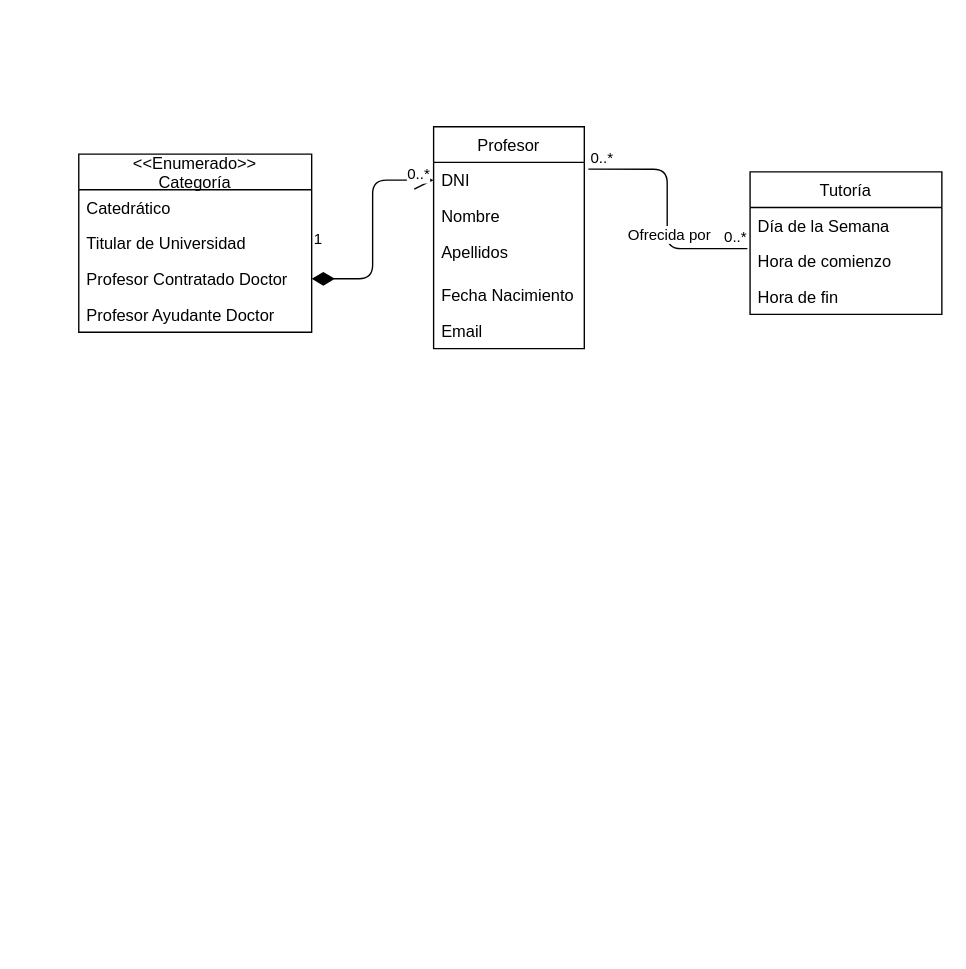
Earlier version of the draw.io diagram entregable1IISSI.drawio (juanlo017/GUZZY). Source tidied: cells renumbered, new cells numbered last; positions are measured from the earlier drawing's top-left corner, leaving out a move shared by most shapes. Both pictures are drawn from the tidied source at 137%, with x=0, y=0 at pixel (78, 126).
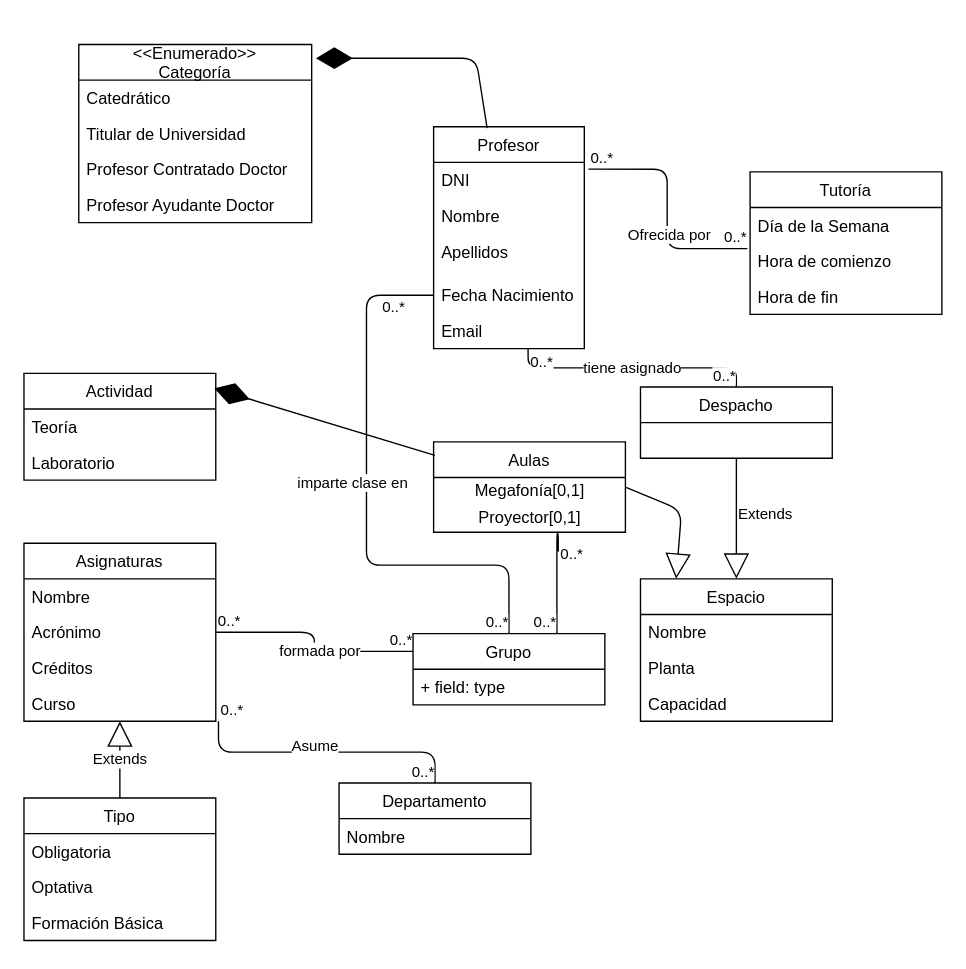
After the change.

Unchanged cells that the change refers to:
```xml
<mxCell id="2" value="Profesor" style="swimlane;fontStyle=0;horizontal=1;startSize=26;fillColor=none;" parent="1" vertex="1">
  <mxGeometry x="259" width="110" height="162" as="geometry" />
</mxCell>
<mxCell id="3" value="DNI" style="text;strokeColor=none;fillColor=none;align=left;verticalAlign=top;spacingLeft=4;spacingRight=4;overflow=hidden;points=[[0,0.5],[1,0.5]];portConstraint=eastwest;" parent="2" vertex="1">
  <mxGeometry y="26" width="110" height="26" as="geometry" />
</mxCell>
<mxCell id="6" value="Fecha Nacimiento" style="text;strokeColor=none;fillColor=none;align=left;verticalAlign=top;spacingLeft=4;spacingRight=4;overflow=hidden;points=[[0,0.5],[1,0.5]];portConstraint=eastwest;" parent="2" vertex="1">
  <mxGeometry y="110" width="110" height="26" as="geometry" />
</mxCell>
<mxCell id="7" value="Email&#10;" style="text;strokeColor=none;fillColor=none;align=left;verticalAlign=top;spacingLeft=4;spacingRight=4;overflow=hidden;points=[[0,0.5],[1,0.5]];portConstraint=eastwest;" parent="2" vertex="1">
  <mxGeometry y="136" width="110" height="26" as="geometry" />
</mxCell>
```

The edit, as a diff of the source:
```diff
@@
-    <mxCell id="8" value="&lt;&lt;Enumerado&gt;&gt;&#10;Categoría" style="swimlane;fontStyle=0;horizontal=1;startSize=26;fillColor=none;" parent="1" vertex="1">
-      <mxGeometry y="20" width="170" height="130" as="geometry" />
-    </mxCell>
-    <mxCell id="9" value="Catedrático" style="text;strokeColor=none;fillColor=none;align=left;verticalAlign=top;spacingLeft=4;spacingRight=4;overflow=hidden;" parent="8" vertex="1">
-      <mxGeometry y="26" width="170" height="26" as="geometry" />
-    </mxCell>
-    <mxCell id="10" value="Titular de Universidad&#10;" style="text;strokeColor=none;fillColor=none;align=left;verticalAlign=top;spacingLeft=4;spacingRight=4;overflow=hidden;" parent="8" vertex="1">
-      <mxGeometry y="52" width="170" height="26" as="geometry" />
-    </mxCell>
-    <mxCell id="11" value="Profesor Contratado Doctor" style="text;strokeColor=none;fillColor=none;align=left;verticalAlign=top;spacingLeft=4;spacingRight=4;overflow=hidden;points=[[0,0.5],[1,0.5]];portConstraint=eastwest;" parent="8" vertex="1">
-      <mxGeometry y="78" width="170" height="26" as="geometry" />
-    </mxCell>
-    <mxCell id="12" value="Profesor Ayudante Doctor" style="text;strokeColor=none;fillColor=none;align=left;verticalAlign=top;spacingLeft=4;spacingRight=4;overflow=hidden;" parent="8" vertex="1">
-      <mxGeometry y="104" width="170" height="26" as="geometry" />
-    </mxCell>
-    <mxCell id="13" value="1" style="endArrow=open;html=1;endSize=12;startArrow=diamondThin;startSize=14;startFill=1;edgeStyle=orthogonalEdgeStyle;align=left;verticalAlign=bottom;exitX=1;exitY=0.5;exitDx=0;exitDy=0;entryX=0;entryY=0.5;entryDx=0;entryDy=0;" parent="1" edge="1" source="11" target="3">
-      <mxGeometry x="-1" y="20" relative="1" as="geometry" />
-    </mxCell>
-    <mxCell id="14" value="0..*" style="edgeLabel;html=1;align=center;verticalAlign=middle;" parent="13" vertex="1">
-      <mxGeometry x="0.85" y="5" relative="1" as="geometry" />
-    </mxCell>
@@
+    <mxCell id="23" value="Extends" style="endArrow=block;endSize=16;endFill=0;html=1;exitX=0.5;exitY=1;exitDx=0;exitDy=0;entryX=0.5;entryY=0;entryDx=0;entryDy=0;" parent="1" edge="1" source="33" target="34">
+      <mxGeometry x="0.17" y="23" relative="1" as="geometry">
+        <Array as="points">
+          <mxPoint x="480" y="280" />
+        </Array>
+        <mxPoint x="-2" y="-10" as="offset" />
+      </mxGeometry>
+    </mxCell>
+    <mxCell id="24" value="&lt;span style=&quot;font-family: &amp;#34;helvetica&amp;#34; ; text-align: left&quot;&gt;tiene asignado&lt;br&gt;&lt;/span&gt;" style="endArrow=none;html=1;edgeStyle=orthogonalEdgeStyle;entryX=0.5;entryY=0;entryDx=0;entryDy=0;exitX=0.627;exitY=1;exitDx=0;exitDy=0;exitPerimeter=0;" parent="1" edge="1" source="7" target="33">
+      <mxGeometry relative="1" as="geometry" />
+    </mxCell>
+    <mxCell id="25" value="0..*" style="edgeLabel;html=1;align=left;verticalAlign=bottom;" parent="24" vertex="1">
+      <mxGeometry x="-1" relative="1" as="geometry">
+        <mxPoint y="18" as="offset" />
+      </mxGeometry>
+    </mxCell>
+    <mxCell id="26" value="0..*" style="edgeLabel;html=1;align=right;verticalAlign=bottom;" parent="24" vertex="1">
+      <mxGeometry x="1" relative="1" as="geometry" />
+    </mxCell>
+    <mxCell id="27" value="Extends" style="endArrow=block;endSize=16;endFill=0;html=1;entryX=0.5;entryY=1;entryDx=0;entryDy=0;entryPerimeter=0;exitX=0.5;exitY=0;exitDx=0;exitDy=0;" parent="1" edge="1" source="46" target="45">
+      <mxGeometry relative="1" as="geometry" />
+    </mxCell>
+    <mxCell id="28" style="endArrow=block;endSize=16;endFill=0;html=1;exitX=1;exitY=0.5;exitDx=0;exitDy=0;entryX=0.186;entryY=0;entryDx=0;entryDy=0;entryPerimeter=0;" parent="1" edge="1" source="38" target="34">
+      <mxGeometry x="0.21" y="-31" relative="1" as="geometry">
+        <Array as="points">
+          <mxPoint x="440" y="280" />
+        </Array>
+      </mxGeometry>
+    </mxCell>
+    <mxCell id="29" value="Actividad" style="swimlane;fontStyle=0;horizontal=1;startSize=26;fillColor=none;" parent="1" vertex="1">
+      <mxGeometry x="-40" y="180" width="140" height="78" as="geometry" />
+    </mxCell>
+    <mxCell id="30" value="Teoría" style="text;strokeColor=none;fillColor=none;align=left;verticalAlign=top;spacingLeft=4;spacingRight=4;overflow=hidden;" parent="29" vertex="1">
+      <mxGeometry y="26" width="140" height="26" as="geometry" />
+    </mxCell>
+    <mxCell id="31" value="Laboratorio" style="text;strokeColor=none;fillColor=none;align=left;verticalAlign=top;spacingLeft=4;spacingRight=4;overflow=hidden;" parent="29" vertex="1">
+      <mxGeometry y="52" width="140" height="26" as="geometry" />
+    </mxCell>
+    <mxCell id="32" style="endArrow=diamondThin;endFill=1;endSize=24;html=1;entryX=0.993;entryY=0.141;entryDx=0;entryDy=0;entryPerimeter=0;exitX=0.007;exitY=0.15;exitDx=0;exitDy=0;exitPerimeter=0;" parent="1" edge="1" source="38" target="29">
+      <mxGeometry relative="1" as="geometry" />
+    </mxCell>
+    <mxCell id="33" value="Despacho" style="swimlane;fontStyle=0;horizontal=1;startSize=26;fillColor=none;" parent="1" vertex="1">
+      <mxGeometry x="410" y="190" width="140" height="52" as="geometry" />
+    </mxCell>
+    <mxCell id="34" value="Espacio" style="swimlane;fontStyle=0;horizontal=1;startSize=26;fillColor=none;" parent="1" vertex="1">
+      <mxGeometry x="410" y="330" width="140" height="104" as="geometry" />
+    </mxCell>
+    <mxCell id="35" value="Nombre" style="text;strokeColor=none;fillColor=none;align=left;verticalAlign=top;spacingLeft=4;spacingRight=4;overflow=hidden;" parent="34" vertex="1">
+      <mxGeometry y="26" width="140" height="26" as="geometry" />
+    </mxCell>
+    <mxCell id="36" value="Planta" style="text;strokeColor=none;fillColor=none;align=left;verticalAlign=top;spacingLeft=4;spacingRight=4;overflow=hidden;" parent="34" vertex="1">
+      <mxGeometry y="52" width="140" height="26" as="geometry" />
+    </mxCell>
+    <mxCell id="37" value="Capacidad&#10;" style="text;strokeColor=none;fillColor=none;align=left;verticalAlign=top;spacingLeft=4;spacingRight=4;overflow=hidden;" parent="34" vertex="1">
+      <mxGeometry y="78" width="140" height="26" as="geometry" />
+    </mxCell>
+    <mxCell id="38" value="Aulas" style="swimlane;fontStyle=0;horizontal=1;startSize=26;fillColor=none;" parent="1" vertex="1">
+      <mxGeometry x="259" y="230" width="140" height="66" as="geometry" />
+    </mxCell>
+    <mxCell id="39" value="Megafonía[0,1]" style="text;html=1;align=center;verticalAlign=middle;" parent="38" vertex="1">
+      <mxGeometry y="26" width="140" height="20" as="geometry" />
+    </mxCell>
+    <mxCell id="40" value="Proyector[0,1]" style="text;html=1;align=center;verticalAlign=middle;" parent="38" vertex="1">
+      <mxGeometry y="46" width="140" height="20" as="geometry" />
+    </mxCell>
+    <mxCell id="41" value="Asignaturas" style="swimlane;fontStyle=0;horizontal=1;startSize=26;fillColor=none;" parent="1" vertex="1">
+      <mxGeometry x="-40" y="304" width="140" height="130" as="geometry" />
+    </mxCell>
+    <mxCell id="42" value="Nombre&#10;" style="text;strokeColor=none;fillColor=none;align=left;verticalAlign=top;spacingLeft=4;spacingRight=4;overflow=hidden;" parent="41" vertex="1">
+      <mxGeometry y="26" width="140" height="26" as="geometry" />
+    </mxCell>
+    <mxCell id="43" value="Acrónimo" style="text;strokeColor=none;fillColor=none;align=left;verticalAlign=top;spacingLeft=4;spacingRight=4;overflow=hidden;points=[[0,0.5],[1,0.5]];portConstraint=eastwest;" parent="41" vertex="1">
+      <mxGeometry y="52" width="140" height="26" as="geometry" />
+    </mxCell>
+    <mxCell id="44" value="Créditos" style="text;strokeColor=none;fillColor=none;align=left;verticalAlign=top;spacingLeft=4;spacingRight=4;overflow=hidden;" parent="41" vertex="1">
+      <mxGeometry y="78" width="140" height="26" as="geometry" />
+    </mxCell>
+    <mxCell id="45" value="Curso" style="text;strokeColor=none;fillColor=none;align=left;verticalAlign=top;spacingLeft=4;spacingRight=4;overflow=hidden;points=[[0,0.5],[1,0.5]];portConstraint=eastwest;" parent="41" vertex="1">
+      <mxGeometry y="104" width="140" height="26" as="geometry" />
+    </mxCell>
+    <mxCell id="46" value="Tipo" style="swimlane;fontStyle=0;horizontal=1;startSize=26;fillColor=none;" parent="1" vertex="1">
+      <mxGeometry x="-40" y="490" width="140" height="104" as="geometry" />
+    </mxCell>
+    <mxCell id="47" value="Obligatoria" style="text;strokeColor=none;fillColor=none;align=left;verticalAlign=top;spacingLeft=4;spacingRight=4;overflow=hidden;" parent="46" vertex="1">
+      <mxGeometry y="26" width="140" height="26" as="geometry" />
+    </mxCell>
+    <mxCell id="48" value="Optativa" style="text;strokeColor=none;fillColor=none;align=left;verticalAlign=top;spacingLeft=4;spacingRight=4;overflow=hidden;" parent="46" vertex="1">
+      <mxGeometry y="52" width="140" height="26" as="geometry" />
+    </mxCell>
+    <mxCell id="49" value="Formación Básica&#10;" style="text;strokeColor=none;fillColor=none;align=left;verticalAlign=top;spacingLeft=4;spacingRight=4;overflow=hidden;" parent="46" vertex="1">
+      <mxGeometry y="78" width="140" height="26" as="geometry" />
+    </mxCell>
+    <mxCell id="50" value="&lt;div style=&quot;text-align: left&quot;&gt;&lt;span style=&quot;font-family: &amp;#34;helvetica&amp;#34;&quot;&gt;formada por&lt;/span&gt;&lt;br&gt;&lt;/div&gt;" style="endArrow=none;html=1;edgeStyle=orthogonalEdgeStyle;entryX=0;entryY=0.25;entryDx=0;entryDy=0;exitX=1;exitY=0.5;exitDx=0;exitDy=0;" parent="1" edge="1" source="43" target="61">
+      <mxGeometry x="0.14" relative="1" as="geometry" />
+    </mxCell>
+    <mxCell id="51" value="0..*" style="edgeLabel;html=1;align=left;verticalAlign=bottom;" parent="50" vertex="1">
+      <mxGeometry x="-1" relative="1" as="geometry" />
+    </mxCell>
+    <mxCell id="52" value="0..*" style="edgeLabel;html=1;align=right;verticalAlign=bottom;" parent="50" vertex="1">
+      <mxGeometry x="1" relative="1" as="geometry" />
+    </mxCell>
+    <mxCell id="53" style="endArrow=none;html=1;edgeStyle=orthogonalEdgeStyle;exitX=0;exitY=0.5;exitDx=0;exitDy=0;entryX=0.5;entryY=0;entryDx=0;entryDy=0;" parent="1" edge="1" source="6" target="61">
+      <mxGeometry relative="1" as="geometry">
+        <Array as="points">
+          <mxPoint x="210" y="123" />
+          <mxPoint x="210" y="320" />
+          <mxPoint x="314" y="320" />
+        </Array>
+      </mxGeometry>
+    </mxCell>
+    <mxCell id="54" value="0..*" style="edgeLabel;html=1;align=left;verticalAlign=bottom;" parent="53" vertex="1">
+      <mxGeometry x="-1" relative="1" as="geometry">
+        <mxPoint x="-39" y="17" as="offset" />
+      </mxGeometry>
+    </mxCell>
+    <mxCell id="55" value="0..*" style="edgeLabel;html=1;align=right;verticalAlign=bottom;" parent="53" vertex="1">
+      <mxGeometry x="1" relative="1" as="geometry" />
+    </mxCell>
+    <mxCell id="56" value="imparte clase en" style="edgeLabel;html=1;align=left;verticalAlign=bottom;" parent="1" vertex="1">
+      <mxGeometry x="190" y="263" as="geometry">
+        <mxPoint x="-32" y="5" as="offset" />
+      </mxGeometry>
+    </mxCell>
+    <mxCell id="8" value="&lt;&lt;Enumerado&gt;&gt;&#10;Categoría" style="swimlane;fontStyle=0;horizontal=1;startSize=26;fillColor=none;" parent="1" vertex="1">
+      <mxGeometry y="-60" width="170" height="130" as="geometry" />
+    </mxCell>
+    <mxCell id="9" value="Catedrático" style="text;strokeColor=none;fillColor=none;align=left;verticalAlign=top;spacingLeft=4;spacingRight=4;overflow=hidden;" parent="8" vertex="1">
+      <mxGeometry y="26" width="170" height="26" as="geometry" />
+    </mxCell>
+    <mxCell id="10" value="Titular de Universidad&#10;" style="text;strokeColor=none;fillColor=none;align=left;verticalAlign=top;spacingLeft=4;spacingRight=4;overflow=hidden;" parent="8" vertex="1">
+      <mxGeometry y="52" width="170" height="26" as="geometry" />
+    </mxCell>
+    <mxCell id="11" value="Profesor Contratado Doctor" style="text;strokeColor=none;fillColor=none;align=left;verticalAlign=top;spacingLeft=4;spacingRight=4;overflow=hidden;points=[[0,0.5],[1,0.5]];portConstraint=eastwest;" parent="8" vertex="1">
+      <mxGeometry y="78" width="170" height="26" as="geometry" />
+    </mxCell>
+    <mxCell id="12" value="Profesor Ayudante Doctor" style="text;strokeColor=none;fillColor=none;align=left;verticalAlign=top;spacingLeft=4;spacingRight=4;overflow=hidden;" parent="8" vertex="1">
+      <mxGeometry y="104" width="170" height="26" as="geometry" />
+    </mxCell>
+    <mxCell id="57" style="endArrow=diamondThin;endFill=1;endSize=24;html=1;entryX=1.018;entryY=0.077;entryDx=0;entryDy=0;entryPerimeter=0;exitX=0.355;exitY=0.006;exitDx=0;exitDy=0;exitPerimeter=0;" parent="1" edge="1" source="2" target="8">
+      <mxGeometry relative="1" as="geometry">
+        <Array as="points">
+          <mxPoint x="290" y="-50" />
+        </Array>
+      </mxGeometry>
+    </mxCell>
+    <mxCell id="58" style="endArrow=none;html=1;edgeStyle=orthogonalEdgeStyle;entryX=0.75;entryY=0;entryDx=0;entryDy=0;" parent="1" edge="1" target="61">
+      <mxGeometry relative="1" as="geometry">
+        <mxPoint x="350" y="310" as="sourcePoint" />
+        <Array as="points">
+          <mxPoint x="350" y="296" />
+        </Array>
+      </mxGeometry>
+    </mxCell>
+    <mxCell id="59" value="0..*" style="edgeLabel;html=1;align=left;verticalAlign=bottom;" parent="58" vertex="1">
+      <mxGeometry x="-1" relative="1" as="geometry">
+        <mxPoint y="10" as="offset" />
+      </mxGeometry>
+    </mxCell>
+    <mxCell id="60" value="0..*" style="edgeLabel;html=1;align=right;verticalAlign=bottom;" parent="58" vertex="1">
+      <mxGeometry x="1" relative="1" as="geometry" />
+    </mxCell>
+    <mxCell id="61" value="Grupo" style="swimlane;fontStyle=0;horizontal=1;startSize=26;fillColor=none;" parent="1" vertex="1">
+      <mxGeometry x="244" y="370" width="140" height="52" as="geometry" />
+    </mxCell>
+    <mxCell id="62" value="+ field: type" style="text;strokeColor=none;fillColor=none;align=left;verticalAlign=top;spacingLeft=4;spacingRight=4;overflow=hidden;" parent="61" vertex="1">
+      <mxGeometry y="26" width="140" height="26" as="geometry" />
+    </mxCell>
+    <mxCell id="63" value="Departamento" style="swimlane;fontStyle=0;horizontal=1;startSize=26;fillColor=none;" parent="1" vertex="1">
+      <mxGeometry x="190" y="479" width="140" height="52" as="geometry" />
+    </mxCell>
+    <mxCell id="64" value="Nombre" style="text;strokeColor=none;fillColor=none;align=left;verticalAlign=top;spacingLeft=4;spacingRight=4;overflow=hidden;" parent="63" vertex="1">
+      <mxGeometry y="26" width="140" height="26" as="geometry" />
+    </mxCell>
+    <mxCell id="65" style="endArrow=none;html=1;edgeStyle=orthogonalEdgeStyle;entryX=0.5;entryY=0;entryDx=0;entryDy=0;exitX=1.014;exitY=1;exitDx=0;exitDy=0;exitPerimeter=0;" parent="1" edge="1" source="45" target="63">
+      <mxGeometry relative="1" as="geometry" />
+    </mxCell>
+    <mxCell id="66" value="0..*" style="edgeLabel;html=1;align=left;verticalAlign=bottom;" parent="65" vertex="1">
+      <mxGeometry x="-1" relative="1" as="geometry" />
+    </mxCell>
+    <mxCell id="67" value="0..*" style="edgeLabel;html=1;align=right;verticalAlign=bottom;" parent="65" vertex="1">
+      <mxGeometry x="1" relative="1" as="geometry" />
+    </mxCell>
+    <mxCell id="68" value="Asume" style="edgeLabel;html=1;align=right;verticalAlign=bottom;" parent="1" vertex="1">
+      <mxGeometry x="190" y="460" as="geometry" />
+    </mxCell>
```
